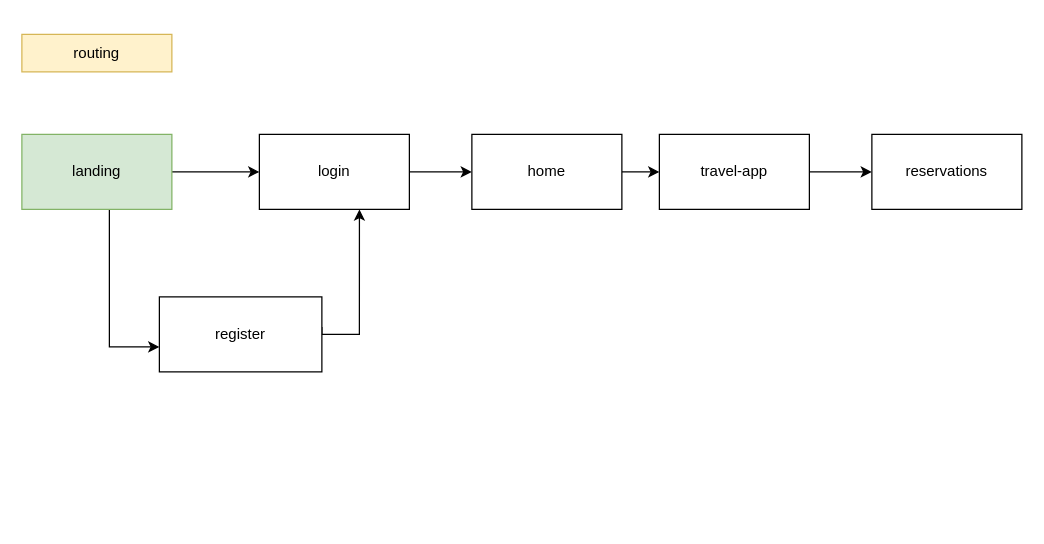
Above: docs/2 design/routing.drawio in catalinaluta/travel-app (draw.io), before the change. Source tidied: cells renumbered, new cells numbered last; positions are measured from the earlier drawing's top-left corner, leaving out a move shared by most shapes. Both pictures are drawn from the tidied source at 125%, with x=0, y=0 at pixel (21, 34).
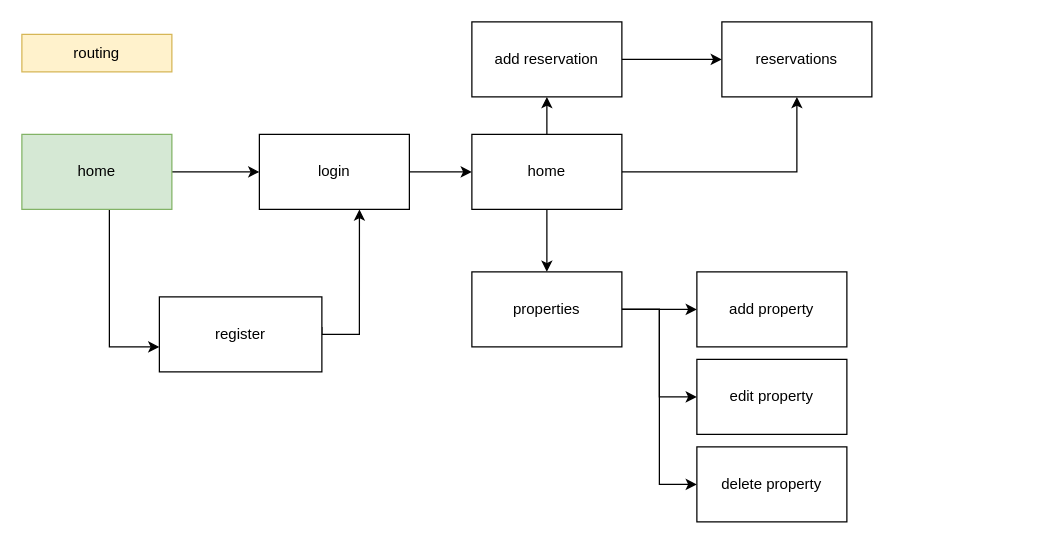
The same page after the edit.

Unchanged cells that the change refers to:
```xml
<mxCell id="10" value="home" style="rounded=0;whiteSpace=wrap;html=1;" parent="1" vertex="1">
  <mxGeometry x="360" y="80" width="120" height="60" as="geometry" />
</mxCell>
```

The edit, as a diff of the source:
```diff
@@
-    <mxCell id="4" value="landing" style="rounded=0;whiteSpace=wrap;html=1;fillColor=#d5e8d4;strokeColor=#82b366;" parent="1" vertex="1">
+    <mxCell id="4" value="home" style="rounded=0;whiteSpace=wrap;html=1;fillColor=#d5e8d4;strokeColor=#82b366;" parent="1" vertex="1">
       <mxGeometry y="80" width="120" height="60" as="geometry" />
     </mxCell>
@@
-    <mxCell id="9" style="edgeStyle=orthogonalEdgeStyle;rounded=0;jettySize=auto;html=1;" parent="1" edge="1" source="10" target="13">
-      <mxGeometry relative="1" as="geometry" />
-    </mxCell>
+    <mxCell id="15" style="edgeStyle=orthogonalEdgeStyle;rounded=0;jettySize=auto;html=1;entryX=0.5;entryY=1;entryDx=0;entryDy=0;" parent="1" edge="1" source="10" target="26">
+      <mxGeometry relative="1" as="geometry" />
+    </mxCell>
+    <mxCell id="16" style="edgeStyle=orthogonalEdgeStyle;rounded=0;jettySize=auto;html=1;entryX=0.5;entryY=1;entryDx=0;entryDy=0;" parent="1" edge="1" source="10" target="14">
+      <mxGeometry relative="1" as="geometry" />
+    </mxCell>
+    <mxCell id="17" style="edgeStyle=orthogonalEdgeStyle;rounded=0;jettySize=auto;html=1;entryX=0.5;entryY=0;entryDx=0;entryDy=0;" parent="1" edge="1" source="10" target="21">
+      <mxGeometry relative="1" as="geometry" />
+    </mxCell>
@@
-    <mxCell id="12" style="edgeStyle=orthogonalEdgeStyle;rounded=0;jettySize=auto;html=1;" parent="1" edge="1" source="13" target="14">
-      <mxGeometry relative="1" as="geometry" />
-    </mxCell>
-    <mxCell id="13" value="travel-app" style="rounded=0;whiteSpace=wrap;html=1;" parent="1" vertex="1">
-      <mxGeometry x="510" y="80" width="120" height="60" as="geometry" />
-    </mxCell>
+    <mxCell id="18" style="edgeStyle=orthogonalEdgeStyle;rounded=0;jettySize=auto;html=1;entryX=0;entryY=0.5;entryDx=0;entryDy=0;" parent="1" edge="1" source="21" target="22">
+      <mxGeometry relative="1" as="geometry" />
+    </mxCell>
+    <mxCell id="19" style="edgeStyle=orthogonalEdgeStyle;rounded=0;jettySize=auto;html=1;entryX=0;entryY=0.5;entryDx=0;entryDy=0;" parent="1" edge="1" source="21" target="23">
+      <mxGeometry relative="1" as="geometry" />
+    </mxCell>
+    <mxCell id="20" style="edgeStyle=orthogonalEdgeStyle;rounded=0;jettySize=auto;html=1;entryX=0;entryY=0.5;entryDx=0;entryDy=0;" parent="1" edge="1" source="21" target="24">
+      <mxGeometry relative="1" as="geometry" />
+    </mxCell>
+    <mxCell id="21" value="properties" style="rounded=0;whiteSpace=wrap;html=1;" parent="1" vertex="1">
+      <mxGeometry x="360" y="190" width="120" height="60" as="geometry" />
+    </mxCell>
+    <mxCell id="22" value="add property" style="rounded=0;whiteSpace=wrap;html=1;" parent="1" vertex="1">
+      <mxGeometry x="540" y="190" width="120" height="60" as="geometry" />
+    </mxCell>
+    <mxCell id="23" value="edit property" style="rounded=0;whiteSpace=wrap;html=1;" parent="1" vertex="1">
+      <mxGeometry x="540" y="260" width="120" height="60" as="geometry" />
+    </mxCell>
+    <mxCell id="24" value="delete property" style="rounded=0;whiteSpace=wrap;html=1;" parent="1" vertex="1">
+      <mxGeometry x="540" y="330" width="120" height="60" as="geometry" />
+    </mxCell>
+    <mxCell id="25" style="edgeStyle=orthogonalEdgeStyle;rounded=0;jettySize=auto;html=1;" parent="1" edge="1" source="26" target="14">
+      <mxGeometry relative="1" as="geometry" />
+    </mxCell>
+    <mxCell id="26" value="add reservation" style="rounded=0;whiteSpace=wrap;html=1;" parent="1" vertex="1">
+      <mxGeometry x="360" y="-10" width="120" height="60" as="geometry" />
+    </mxCell>
-    <mxCell id="14" value="reservations" style="rounded=0;whiteSpace=wrap;html=1;" parent="1" vertex="1">
-      <mxGeometry x="680" y="80" width="120" height="60" as="geometry" />
+    <mxCell id="14" value="reservations" style="whiteSpace=wrap;html=1;rounded=0;" parent="1" vertex="1">
+      <mxGeometry x="560" y="-10" width="120" height="60" as="geometry" />
     </mxCell>
```
